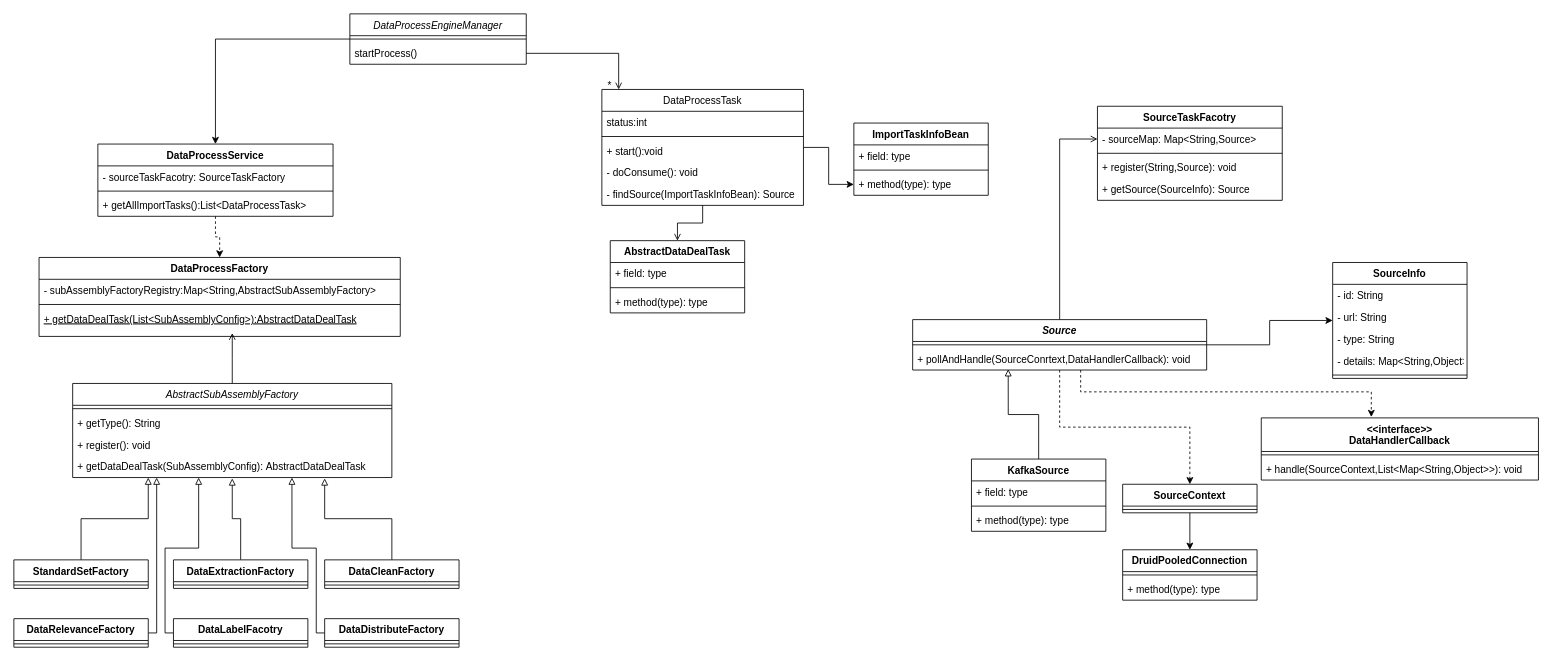
This is DMS.drawio from tianch731/DMS, a draw.io file, before an edit. Source tidied: cells renumbered, new cells numbered last; positions are measured from the earlier drawing's top-left corner, leaving out a move shared by most shapes. Both pictures are drawn from the tidied source at 84%, with x=0, y=0 at pixel (13, 13).
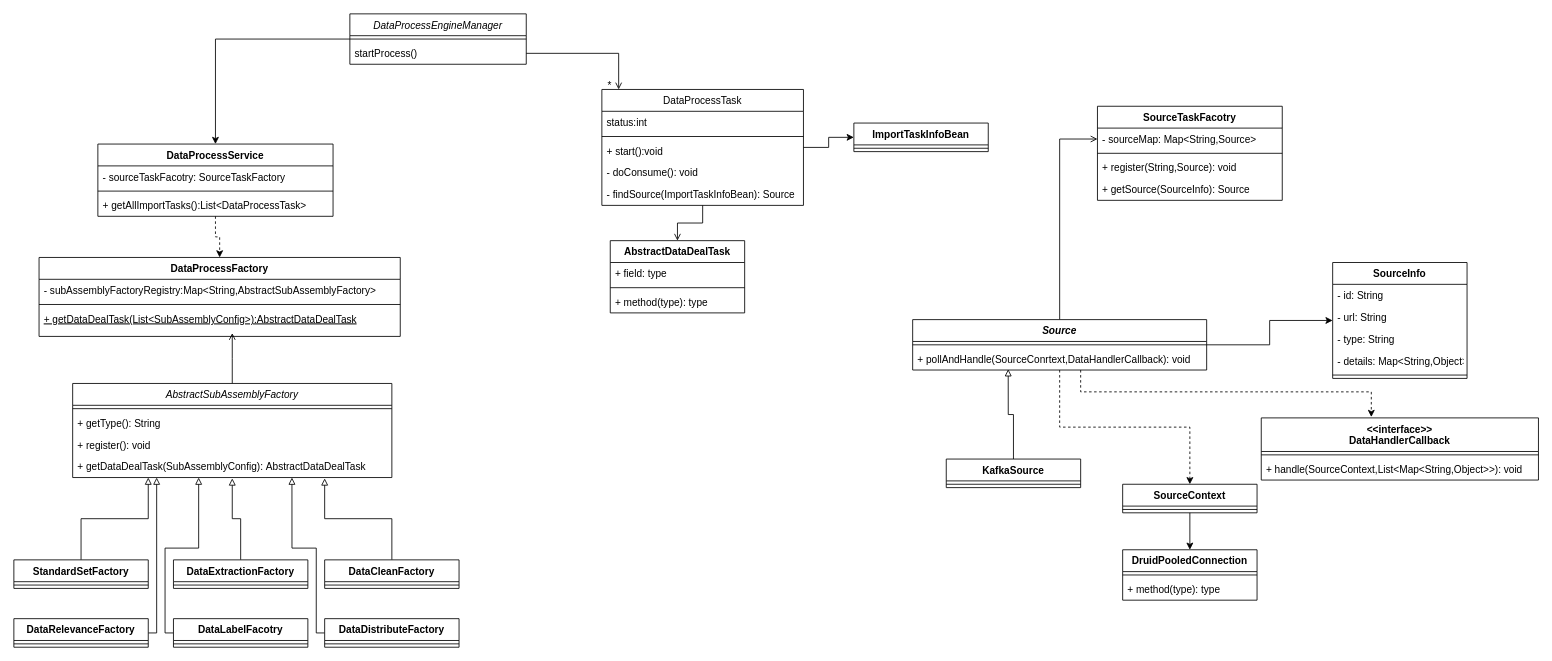
The same page after the edit.

Unchanged cells that the change refers to:
```xml
<mxCell id="18" value="DataProcessTask" style="swimlane;fontStyle=0;align=center;verticalAlign=top;horizontal=1;startSize=26;rounded=0;shadow=0;strokeWidth=1;" parent="1" vertex="1">
  <mxGeometry x="700" y="90" width="240" height="138" as="geometry" />
</mxCell>
```

What changed in the source:
```diff
@@
-    <mxCell id="16" style="edgeStyle=orthogonalEdgeStyle;rounded=0;jettySize=auto;html=1;" parent="1" edge="1" source="18" target="35">
+    <mxCell id="16" style="edgeStyle=orthogonalEdgeStyle;rounded=0;jettySize=auto;html=1;entryX=0;entryY=0.5;entryDx=0;entryDy=0;" parent="1" edge="1" source="18" target="32">
       <mxGeometry relative="1" as="geometry" />
     </mxCell>
@@
     <mxCell id="32" value="ImportTaskInfoBean" style="swimlane;fontStyle=1;align=center;verticalAlign=top;horizontal=1;startSize=26;" parent="1" vertex="1">
-      <mxGeometry x="1000" y="130" width="160" height="86" as="geometry" />
+      <mxGeometry x="1000" y="130" width="160" height="34" as="geometry" />
     </mxCell>
-    <mxCell id="33" value="+ field: type" style="text;strokeColor=none;fillColor=none;align=left;verticalAlign=top;spacingLeft=4;spacingRight=4;overflow=hidden;" parent="32" vertex="1">
-      <mxGeometry y="26" width="160" height="26" as="geometry" />
-    </mxCell>
     <mxCell id="34" style="line;strokeWidth=1;fillColor=none;align=left;verticalAlign=middle;spacingTop=-1;spacingLeft=3;spacingRight=3;labelPosition=right;" parent="32" vertex="1">
-      <mxGeometry y="52" width="160" height="8" as="geometry" />
+      <mxGeometry y="26" width="160" height="8" as="geometry" />
     </mxCell>
-    <mxCell id="35" value="+ method(type): type" style="text;strokeColor=none;fillColor=none;align=left;verticalAlign=top;spacingLeft=4;spacingRight=4;overflow=hidden;points=[[0,0.5],[1,0.5]];portConstraint=eastwest;" parent="32" vertex="1">
-      <mxGeometry y="60" width="160" height="26" as="geometry" />
-    </mxCell>
@@
     <mxCell id="59" value="KafkaSource" style="swimlane;fontStyle=1;align=center;verticalAlign=top;horizontal=1;startSize=26;html=0;" parent="1" vertex="1">
-      <mxGeometry x="1140" y="530" width="160" height="86" as="geometry" />
+      <mxGeometry x="1110" y="530" width="160" height="34" as="geometry" />
     </mxCell>
-    <mxCell id="60" value="+ field: type" style="text;strokeColor=none;fillColor=none;align=left;verticalAlign=top;spacingLeft=4;spacingRight=4;overflow=hidden;" parent="59" vertex="1">
-      <mxGeometry y="26" width="160" height="26" as="geometry" />
-    </mxCell>
     <mxCell id="61" style="line;strokeWidth=1;fillColor=none;align=left;verticalAlign=middle;spacingTop=-1;spacingLeft=3;spacingRight=3;labelPosition=right;" parent="59" vertex="1">
-      <mxGeometry y="52" width="160" height="8" as="geometry" />
+      <mxGeometry y="26" width="160" height="8" as="geometry" />
     </mxCell>
-    <mxCell id="62" value="+ method(type): type" style="text;strokeColor=none;fillColor=none;align=left;verticalAlign=top;spacingLeft=4;spacingRight=4;overflow=hidden;" parent="59" vertex="1">
-      <mxGeometry y="60" width="160" height="26" as="geometry" />
-    </mxCell>
```
